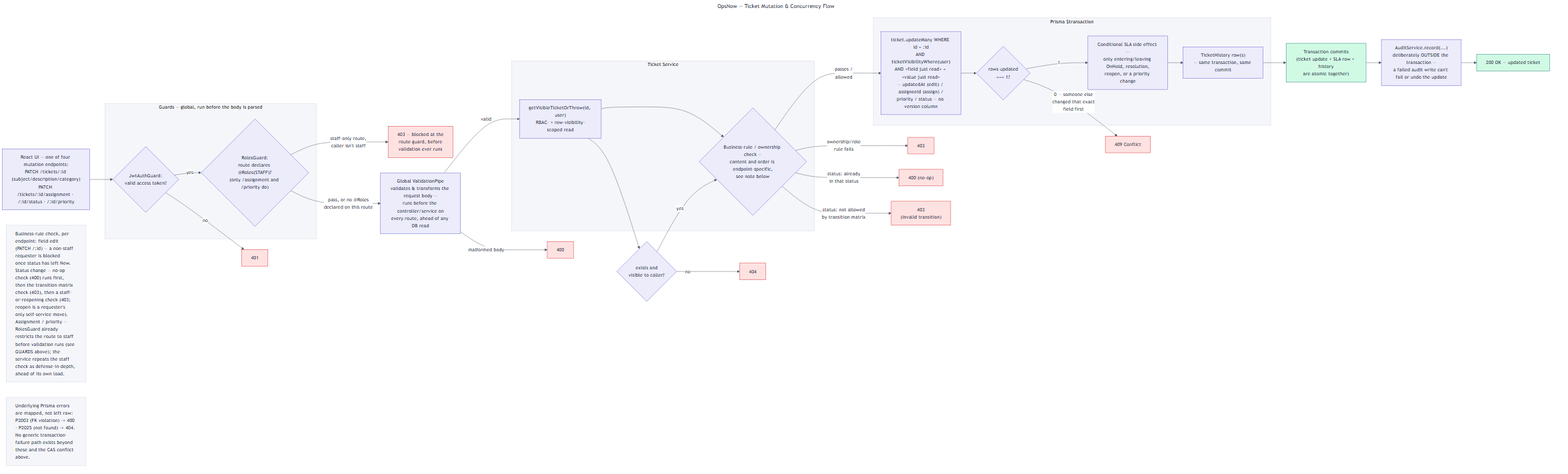
Above: Diagrams/11-ticket-update-concurrency-flow.png in prottoyb/OpsNow (Mermaid), before the change. Its source is kept beside it as Diagrams/11-ticket-update-concurrency-flow.mmd.
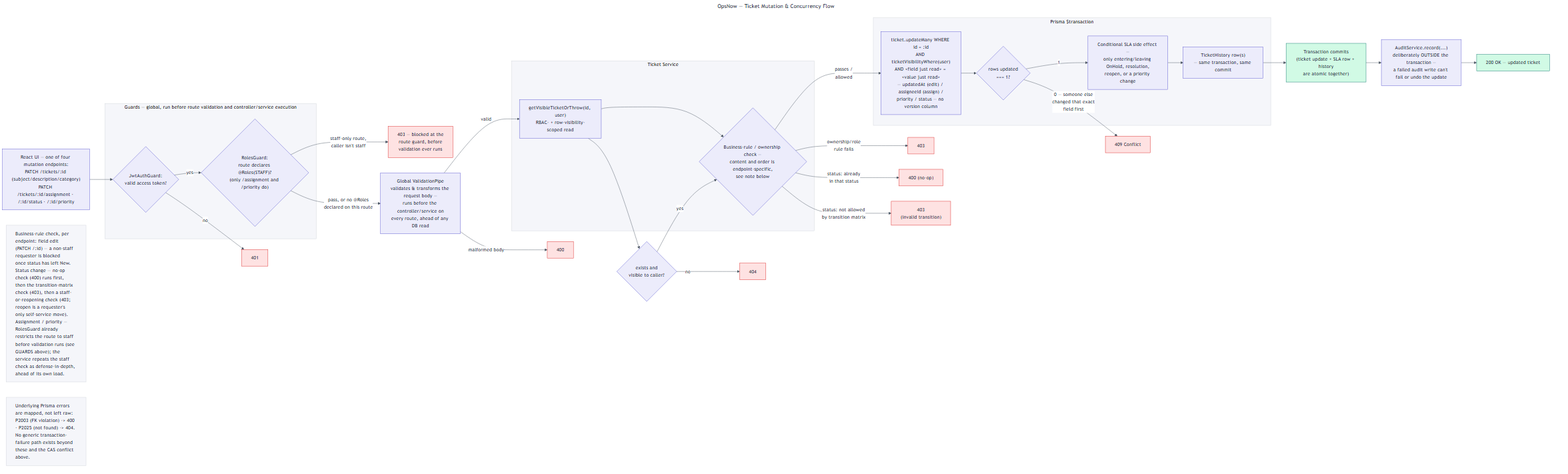
Later version of the same file.

What changed in the source:
```diff
@@ -8,7 +8,7 @@
 
     REQ["React UI — one of four mutation endpoints:<br/>PATCH /tickets/:id (subject/description/category)<br/>PATCH /tickets/:id/assignment · /:id/status · /:id/priority"]
 
-    subgraph GUARDS["Guards — global, run before the body is parsed"]
+    subgraph GUARDS["Guards — global, run before route validation and controller/service execution"]
         direction TB
         AUTH{"JwtAuthGuard:<br/>valid access token?"}
         ROLES{"RolesGuard:<br/>route declares @Roles(STAFF)?<br/>(only /assignment and /priority do)"}
```
